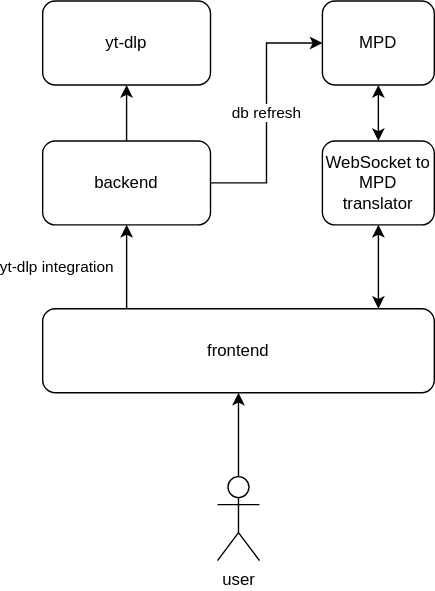
Earlier version of the draw.io export architecture.drawio.svg (cccb/sanic). Source tidied: cells renumbered, new cells last; positions are measured from the earlier drawing's top-left corner, leaving out a move shared by most shapes.
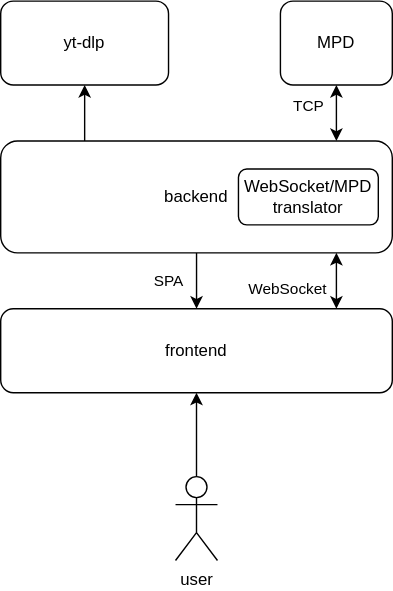
After the change.

Diff of the diagram source:
```diff
@@ -2,42 +2,34 @@
   <root>
     <mxCell id="0" />
     <mxCell id="1" parent="0" />
-    <mxCell id="2" style="edgeStyle=orthogonalEdgeStyle;rounded=0;jettySize=auto;html=1;" parent="1" edge="1" source="5" target="6">
-      <mxGeometry relative="1" as="geometry">
-        <Array as="points">
-          <mxPoint x="160" y="130" />
-          <mxPoint x="160" y="30" />
-        </Array>
-      </mxGeometry>
-    </mxCell>
-    <mxCell id="3" value="db refresh" style="edgeLabel;html=1;align=center;verticalAlign=middle;" parent="2" vertex="1">
-      <mxGeometry x="-0.35" relative="1" as="geometry">
-        <mxPoint y="-32" as="offset" />
-      </mxGeometry>
-    </mxCell>
     <mxCell id="4" style="edgeStyle=orthogonalEdgeStyle;rounded=0;jettySize=auto;html=1;" parent="1" edge="1" source="5" target="11">
-      <mxGeometry relative="1" as="geometry" />
+      <mxGeometry relative="1" as="geometry">
+        <Array as="points">
+          <mxPoint x="60" y="90" />
+          <mxPoint x="60" y="90" />
+        </Array>
+      </mxGeometry>
     </mxCell>
+    <mxCell id="16" style="edgeStyle=orthogonalEdgeStyle;rounded=0;jettySize=auto;html=1;" parent="1" edge="1" source="5" target="10">
+      <mxGeometry relative="1" as="geometry">
+        <Array as="points">
+          <mxPoint x="140" y="210" />
+          <mxPoint x="140" y="210" />
+        </Array>
+      </mxGeometry>
+    </mxCell>
+    <mxCell id="17" value="SPA" style="edgeLabel;html=1;align=center;verticalAlign=middle;" parent="16" vertex="1">
+      <mxGeometry x="-0.39" relative="1" as="geometry">
+        <mxPoint x="-20" y="7" as="offset" />
+      </mxGeometry>
+    </mxCell>
-    <mxCell id="5" value="backend" style="rounded=1;whiteSpace=wrap;html=1;" parent="1" vertex="1">
-      <mxGeometry y="100" width="120" height="60" as="geometry" />
+    <mxCell id="5" value="&lt;div align=&quot;center&quot;&gt;backend&lt;/div&gt;" style="rounded=1;whiteSpace=wrap;html=1;align=center;" parent="1" vertex="1">
+      <mxGeometry y="100" width="280" height="80" as="geometry" />
     </mxCell>
     <mxCell id="6" value="MPD" style="rounded=1;whiteSpace=wrap;html=1;" parent="1" vertex="1">
       <mxGeometry x="200" width="80" height="60" as="geometry" />
     </mxCell>
-    <mxCell id="7" style="edgeStyle=orthogonalEdgeStyle;rounded=0;jettySize=auto;html=1;" parent="1" edge="1" source="10" target="5">
-      <mxGeometry relative="1" as="geometry">
-        <Array as="points">
-          <mxPoint x="60" y="210" />
-          <mxPoint x="60" y="210" />
-        </Array>
-      </mxGeometry>
-    </mxCell>
-    <mxCell id="8" value="yt-dlp&amp;nbsp;integration" style="edgeLabel;html=1;align=center;verticalAlign=middle;" parent="7" vertex="1">
-      <mxGeometry x="-0.22" y="-2" relative="1" as="geometry">
-        <mxPoint x="-52" y="-7" as="offset" />
-      </mxGeometry>
-    </mxCell>
-    <mxCell id="9" style="edgeStyle=orthogonalEdgeStyle;rounded=0;jettySize=auto;html=1;startArrow=classic;startFill=1;" parent="1" edge="1" source="10" target="15">
+    <mxCell id="9" style="edgeStyle=orthogonalEdgeStyle;rounded=0;jettySize=auto;html=1;startArrow=classic;startFill=1;" parent="1" edge="1" source="10" target="5">
       <mxGeometry relative="1" as="geometry">
         <Array as="points">
           <mxPoint x="240" y="200" />
@@ -45,6 +37,11 @@
         </Array>
       </mxGeometry>
     </mxCell>
+    <mxCell id="18" value="WebSocket" style="edgeLabel;html=1;align=center;verticalAlign=middle;" parent="9" vertex="1">
+      <mxGeometry x="-0.4" relative="1" as="geometry">
+        <mxPoint x="-35" y="-2" as="offset" />
+      </mxGeometry>
+    </mxCell>
     <mxCell id="10" value="frontend" style="rounded=1;whiteSpace=wrap;html=1;" parent="1" vertex="1">
       <mxGeometry y="220" width="280" height="60" as="geometry" />
     </mxCell>
@@ -57,11 +54,21 @@
     <mxCell id="13" value="user" style="shape=umlActor;verticalLabelPosition=bottom;verticalAlign=top;html=1;outlineConnect=0;" parent="1" vertex="1">
       <mxGeometry x="125" y="340" width="30" height="60" as="geometry" />
     </mxCell>
-    <mxCell id="14" style="edgeStyle=orthogonalEdgeStyle;rounded=0;jettySize=auto;html=1;startArrow=classic;startFill=1;" parent="1" edge="1" source="15" target="6">
-      <mxGeometry relative="1" as="geometry" />
+    <mxCell id="14" style="edgeStyle=orthogonalEdgeStyle;rounded=0;jettySize=auto;html=1;startArrow=classic;startFill=1;" parent="1" edge="1" source="5" target="6">
+      <mxGeometry relative="1" as="geometry">
+        <Array as="points">
+          <mxPoint x="240" y="90" />
+          <mxPoint x="240" y="90" />
+        </Array>
+      </mxGeometry>
     </mxCell>
-    <mxCell id="15" value="WebSocket to MPD translator" style="rounded=1;whiteSpace=wrap;html=1;" parent="1" vertex="1">
-      <mxGeometry x="200" y="100" width="80" height="60" as="geometry" />
-    </mxCell>
+    <mxCell id="19" value="TCP" style="edgeLabel;html=1;align=center;verticalAlign=middle;" parent="14" vertex="1">
+      <mxGeometry x="0.29" y="-2" relative="1" as="geometry">
+        <mxPoint x="-22" as="offset" />
+      </mxGeometry>
+    </mxCell>
+    <mxCell id="20" value="WebSocket/MPD translator" style="rounded=1;whiteSpace=wrap;html=1;" parent="1" vertex="1">
+      <mxGeometry x="170" y="120" width="100" height="40" as="geometry" />
+    </mxCell>
   </root>
 </mxGraphModel>
```
